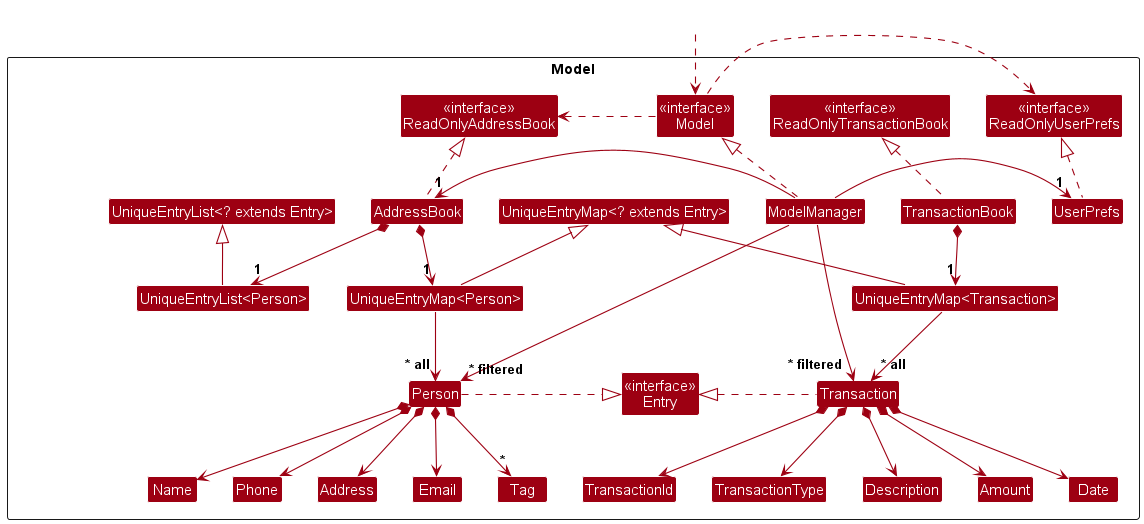
nus-cs2103-AY2324S1/tp keeps this PlantUML diagram as docs/images/ModelClassDiagram.png. Above is the earlier version.
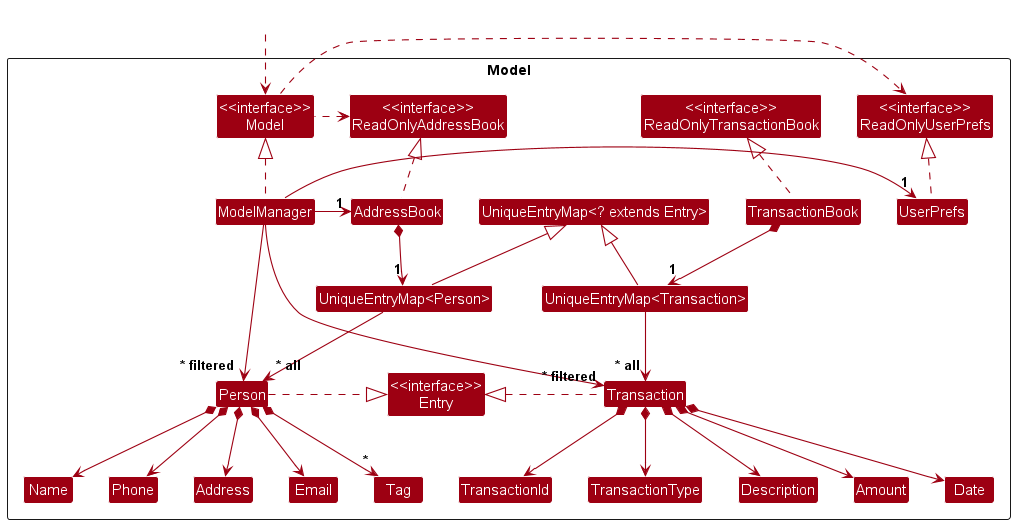
Above is the later version.

Diff of the diagram source:
```diff
@@ -1,4 +1,4 @@
-@startuml
+@startuml ModelClassDiagram
 !include style.puml
 skinparam arrowThickness 1.1
 skinparam arrowColor MODEL_COLOR
@@ -28,12 +28,9 @@
 Class Amount
 Class Date
 
-Class "UniqueEntryList<? extends Entry>" as UniqueEntryList_T
 Class "UniqueEntryMap<? extends Entry>" as UniqueEntryMap_T
-Class "UniqueEntryList<Person>" as UniqueEntryList_Person
 Class "UniqueEntryMap<Person>" as UniqueEntryMap_Person
 Class "UniqueEntryMap<Transaction>" as UniqueEntryMap_Transaction
-UniqueEntryList_T <|-- UniqueEntryList_Person
 UniqueEntryMap_T <|-- UniqueEntryMap_Person
 UniqueEntryMap_T <|-- UniqueEntryMap_Transaction
 
@@ -54,7 +51,6 @@
 UserPrefs .up.|> ReadOnlyUserPrefs
 
 AddressBook *--> "1" UniqueEntryMap_Person
-AddressBook *--> "1" UniqueEntryList_Person
 UniqueEntryMap_Person --> "~* all" Person
 UniqueEntryMap_Transaction --> "~* all" Transaction
 Person .right.|> Entry
```
